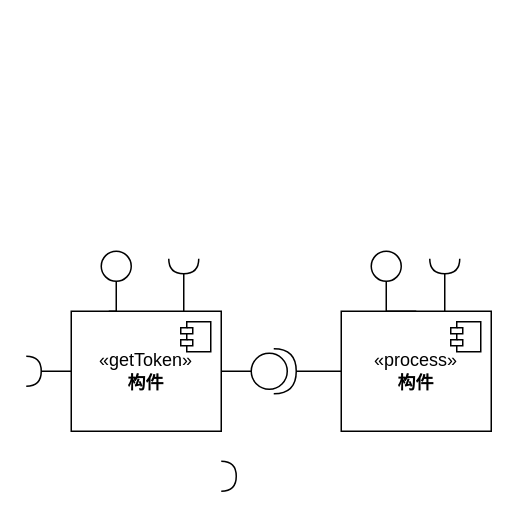
WFUing/GRADUATION keeps this draw.io diagram as MXX-EXAMPLE-ATOMIC.drawio. Above is the earlier version. Source tidied: cells renumbered, new cells numbered last; positions are measured from the earlier drawing's top-left corner, leaving out a move shared by most shapes. Both pictures are drawn from the tidied source at 150%, with x=0, y=0 at pixel (26, 250).
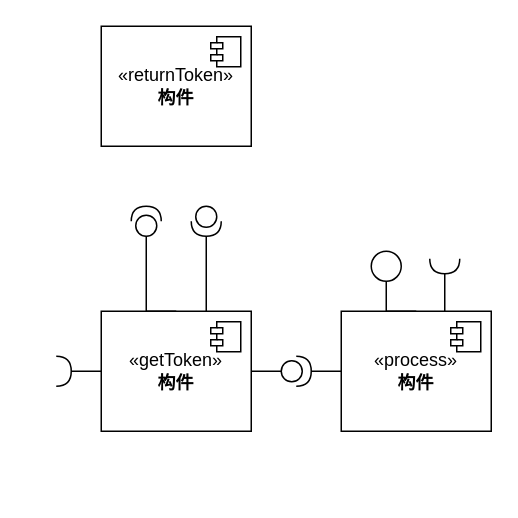
The same page after the edit.

The change refers to these unchanged cells:
```xml
<mxCell id="9" style="shape=module;jettyWidth=8;jettyHeight=4;" parent="8" vertex="1">
  <mxGeometry x="1" width="20" height="20" relative="1" as="geometry">
    <mxPoint x="-27" y="7" as="offset" />
  </mxGeometry>
</mxCell>
```

What changed in the source:
```diff
@@
-    <mxCell id="2" style="edgeStyle=orthogonalEdgeStyle;rounded=0;jettySize=auto;html=1;endArrow=none;endFill=0;" parent="1" edge="1" source="4" target="7">
+    <mxCell id="2" style="edgeStyle=orthogonalEdgeStyle;rounded=0;jettySize=auto;html=1;endArrow=none;endFill=0;entryX=0;entryY=0.5;entryDx=0;entryDy=0;entryPerimeter=0;" parent="1" edge="1" source="4" target="22">
       <mxGeometry relative="1" as="geometry" />
     </mxCell>
@@
     <mxCell id="4" value="«getToken»&lt;br&gt;&lt;b&gt;构件&lt;/b&gt;" style="html=1;whiteSpace=wrap;" parent="1" vertex="1">
-      <mxGeometry x="30" y="40" width="100" height="80" as="geometry" />
+      <mxGeometry x="50" y="40" width="100" height="80" as="geometry" />
     </mxCell>
@@
-    <mxCell id="6" style="edgeStyle=orthogonalEdgeStyle;rounded=0;jettySize=auto;html=1;" parent="1" edge="1" source="7" target="9">
+    <mxCell id="6" style="edgeStyle=orthogonalEdgeStyle;rounded=0;jettySize=auto;html=1;exitX=1;exitY=0.5;exitDx=0;exitDy=0;exitPerimeter=0;" parent="1" edge="1" source="22" target="9">
       <mxGeometry relative="1" as="geometry" />
     </mxCell>
-    <mxCell id="7" style="shape=providedRequiredInterface;html=1;verticalLabelPosition=bottom;sketch=0;" parent="1" vertex="1">
-      <mxGeometry x="150" y="65" width="30" height="30" as="geometry" />
-    </mxCell>
@@
-    <mxCell id="10" style="shape=requiredInterface;html=1;verticalLabelPosition=bottom;sketch=0;" parent="1" vertex="1">
-      <mxGeometry x="130" y="140" width="10" height="20" as="geometry" />
-    </mxCell>
     <mxCell id="11" style="shape=requiredInterface;html=1;verticalLabelPosition=bottom;sketch=0;" parent="1" vertex="1">
-      <mxGeometry y="70" width="10" height="20" as="geometry" />
+      <mxGeometry x="20" y="70" width="10" height="20" as="geometry" />
     </mxCell>
-    <mxCell id="12" style="edgeStyle=orthogonalEdgeStyle;rounded=0;jettySize=auto;html=1;endArrow=none;endFill=0;entryX=0.25;entryY=0;entryDx=0;entryDy=0;" parent="1" edge="1" source="13" target="4">
+    <mxCell id="12" style="edgeStyle=orthogonalEdgeStyle;rounded=0;jettySize=auto;html=1;endArrow=none;endFill=0;entryX=0.5;entryY=0;entryDx=0;entryDy=0;" parent="1" edge="1" target="4">
       <mxGeometry relative="1" as="geometry">
+        <mxPoint x="80" y="-10" as="sourcePoint" />
         <Array as="points">
-          <mxPoint x="60" y="40" />
+          <mxPoint x="80" y="40" />
         </Array>
       </mxGeometry>
     </mxCell>
-    <mxCell id="13" style="ellipse;" parent="1" vertex="1">
-      <mxGeometry x="50" width="20" height="20" as="geometry" />
-    </mxCell>
-    <mxCell id="14" style="edgeStyle=orthogonalEdgeStyle;rounded=0;jettySize=auto;html=1;entryX=0.75;entryY=0;entryDx=0;entryDy=0;endArrow=none;endFill=0;" parent="1" edge="1" source="15" target="4">
-      <mxGeometry relative="1" as="geometry" />
-    </mxCell>
-    <mxCell id="15" style="shape=requiredInterface;html=1;verticalLabelPosition=bottom;sketch=0;rotation=90;" parent="1" vertex="1">
-      <mxGeometry x="100" width="10" height="20" as="geometry" />
-    </mxCell>
@@
+    <mxCell id="20" value="«returnToken»&lt;br&gt;&lt;b&gt;构件&lt;/b&gt;" style="html=1;whiteSpace=wrap;" parent="1" vertex="1">
+      <mxGeometry x="50" y="-150" width="100" height="80" as="geometry" />
+    </mxCell>
+    <mxCell id="21" style="shape=module;jettyWidth=8;jettyHeight=4;" parent="20" vertex="1">
+      <mxGeometry x="1" width="20" height="20" relative="1" as="geometry">
+        <mxPoint x="-27" y="7" as="offset" />
+      </mxGeometry>
+    </mxCell>
+    <mxCell id="22" style="shape=providedRequiredInterface;html=1;verticalLabelPosition=bottom;sketch=0;" parent="1" vertex="1">
+      <mxGeometry x="170" y="70" width="20" height="20" as="geometry" />
+    </mxCell>
+    <mxCell id="23" style="shape=providedRequiredInterface;html=1;verticalLabelPosition=bottom;sketch=0;rotation=-90;" parent="1" vertex="1">
+      <mxGeometry x="70" y="-30" width="20" height="20" as="geometry" />
+    </mxCell>
+    <mxCell id="24" style="edgeStyle=orthogonalEdgeStyle;rounded=0;jettySize=auto;html=1;endArrow=none;endFill=0;" parent="1" edge="1" source="25" target="4">
+      <mxGeometry relative="1" as="geometry">
+        <Array as="points">
+          <mxPoint x="120" y="30" />
+          <mxPoint x="120" y="30" />
+        </Array>
+      </mxGeometry>
+    </mxCell>
+    <mxCell id="25" style="shape=providedRequiredInterface;html=1;verticalLabelPosition=bottom;sketch=0;rotation=90;" parent="1" vertex="1">
+      <mxGeometry x="110" y="-30" width="20" height="20" as="geometry" />
+    </mxCell>
```
